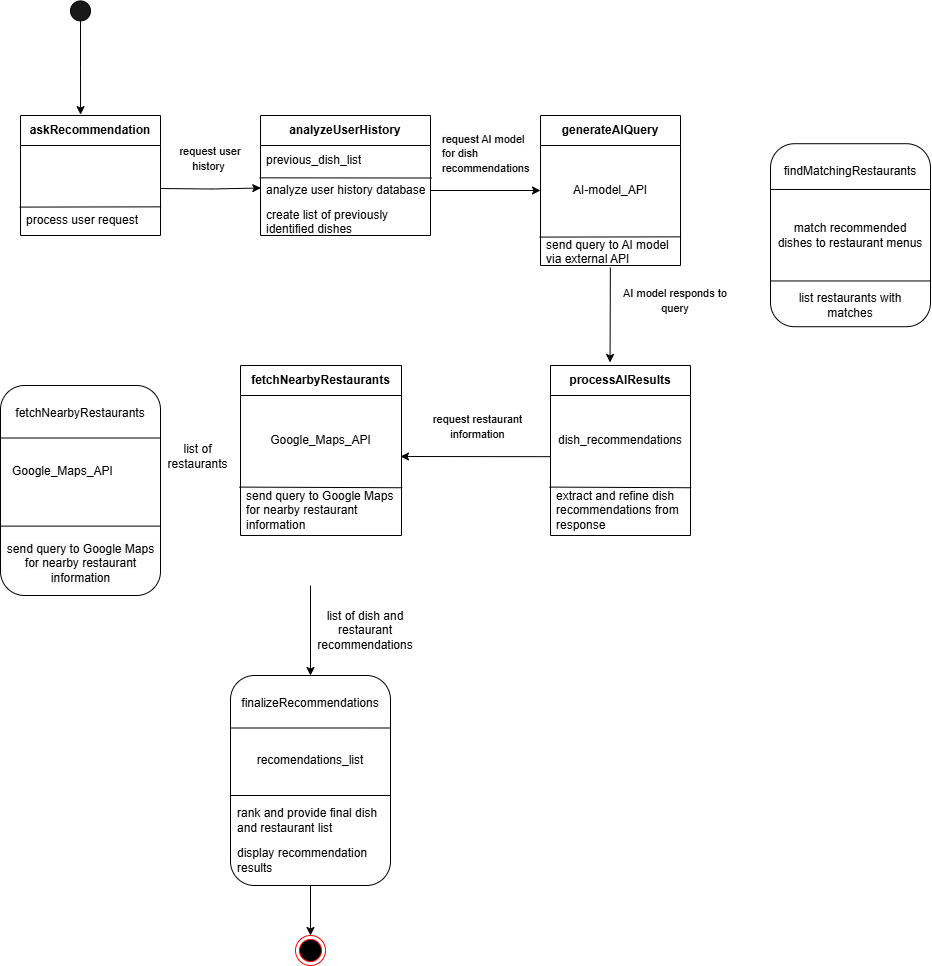
Above: image/D3_state_diagrams/recommendation_system.png in tasnint/3A04-Project (draw.io), before the change. Source tidied: cells renumbered, new cells last; positions are measured from the earlier drawing's top-left corner, leaving out a move shared by most shapes.
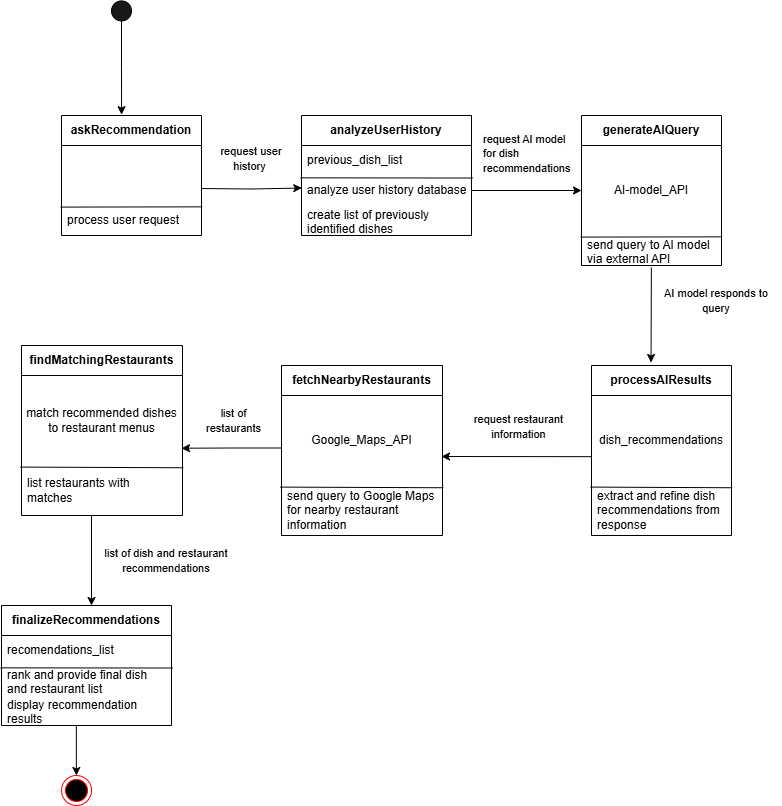
Later version of the same file.

Commit message:
latest version of acc mgmt and recc system chart

What changed in the source:
```diff
@@ -16,89 +16,33 @@
     <mxCell id="5" style="edgeStyle=orthogonalEdgeStyle;rounded=0;jettySize=auto;html=1;exitX=0.5;exitY=1;exitDx=0;exitDy=0;entryX=0.429;entryY=-0.007;entryDx=0;entryDy=0;entryPerimeter=0;" parent="1" edge="1" source="2" target="33">
       <mxGeometry relative="1" as="geometry" />
     </mxCell>
-    <mxCell id="6" style="rounded=1;whiteSpace=wrap;html=1;" parent="1" vertex="1">
-      <mxGeometry y="385" width="160" height="210" as="geometry" />
-    </mxCell>
-    <mxCell id="7" style="endArrow=none;html=1;rounded=0;entryX=1;entryY=0.25;entryDx=0;entryDy=0;exitX=0;exitY=0.25;exitDx=0;exitDy=0;" parent="1" edge="1" source="6" target="6">
-      <mxGeometry relative="1" as="geometry" />
-    </mxCell>
-    <mxCell id="8" value="fetchNearbyRestaurants" style="text;html=1;align=center;verticalAlign=middle;whiteSpace=wrap;rounded=0;" parent="1" vertex="1">
-      <mxGeometry x="50" y="398" width="60" height="30" as="geometry" />
-    </mxCell>
-    <mxCell id="9" style="endArrow=none;html=1;rounded=0;exitX=0;exitY=0.75;exitDx=0;exitDy=0;entryX=1;entryY=0.75;entryDx=0;entryDy=0;" parent="1" edge="1">
-      <mxGeometry relative="1" as="geometry">
-        <mxPoint y="525.6" as="sourcePoint" />
-        <mxPoint x="160" y="525.6" as="targetPoint" />
-      </mxGeometry>
-    </mxCell>
-    <mxCell id="10" value="Google_Maps_API" style="text;whiteSpace=wrap;html=1;" parent="1" vertex="1">
-      <mxGeometry x="10" y="456.5" width="155" height="40" as="geometry" />
-    </mxCell>
-    <mxCell id="11" style="rounded=1;whiteSpace=wrap;html=1;" parent="1" vertex="1">
-      <mxGeometry x="770" y="143.2" width="160" height="183" as="geometry" />
-    </mxCell>
-    <mxCell id="12" style="endArrow=none;html=1;rounded=0;entryX=1;entryY=0.25;entryDx=0;entryDy=0;exitX=0;exitY=0.25;exitDx=0;exitDy=0;" parent="1" edge="1" source="11" target="11">
-      <mxGeometry relative="1" as="geometry" />
-    </mxCell>
-    <mxCell id="13" value="findMatchingRestaurants" style="text;html=1;align=center;verticalAlign=middle;whiteSpace=wrap;rounded=0;" parent="1" vertex="1">
-      <mxGeometry x="820" y="156.2" width="60" height="30" as="geometry" />
-    </mxCell>
-    <mxCell id="14" style="endArrow=none;html=1;rounded=0;exitX=0;exitY=0.75;exitDx=0;exitDy=0;entryX=1;entryY=0.75;entryDx=0;entryDy=0;" parent="1" edge="1" source="11" target="11">
-      <mxGeometry relative="1" as="geometry" />
-    </mxCell>
-    <mxCell id="15" value="match recommended dishes to restaurant menus" style="text;html=1;align=center;verticalAlign=middle;whiteSpace=wrap;rounded=0;" parent="1" vertex="1">
-      <mxGeometry x="775" y="219.7" width="150" height="30" as="geometry" />
-    </mxCell>
     <mxCell id="16" style="endArrow=classic;html=1;rounded=0;exitX=0.009;exitY=0.41;exitDx=0;exitDy=0;exitPerimeter=0;" parent="1" edge="1">
       <mxGeometry relative="1" as="geometry">
         <mxPoint x="550" y="456.2" as="sourcePoint" />
         <mxPoint x="400" y="456" as="targetPoint" />
       </mxGeometry>
     </mxCell>
-    <mxCell id="17" value="list of restaurants" style="text;html=1;align=center;verticalAlign=middle;whiteSpace=wrap;rounded=0;" parent="1" vertex="1">
-      <mxGeometry x="160" y="441" width="75" height="30" as="geometry" />
+    <mxCell id="17" value="&lt;font style=&quot;font-size: 11px;&quot;&gt;list of restaurants&lt;/font&gt;" style="text;html=1;align=center;verticalAlign=middle;whiteSpace=wrap;rounded=0;" parent="1" vertex="1">
+      <mxGeometry x="155" y="405" width="75" height="30" as="geometry" />
     </mxCell>
-    <mxCell id="18" value="list restaurants with matches" style="text;html=1;align=center;verticalAlign=middle;whiteSpace=wrap;rounded=0;" parent="1" vertex="1">
-      <mxGeometry x="790" y="290.2" width="120" height="30" as="geometry" />
-    </mxCell>
     <mxCell id="19" style="endArrow=classic;html=1;rounded=0;" parent="1" edge="1">
       <mxGeometry relative="1" as="geometry">
-        <mxPoint x="310" y="585" as="sourcePoint" />
-        <mxPoint x="310" y="675" as="targetPoint" />
+        <mxPoint x="50" y="515" as="sourcePoint" />
+        <mxPoint x="50" y="605" as="targetPoint" />
       </mxGeometry>
     </mxCell>
-    <mxCell id="20" style="rounded=1;whiteSpace=wrap;html=1;" parent="1" vertex="1">
-      <mxGeometry x="230" y="675" width="160" height="210" as="geometry" />
-    </mxCell>
-    <mxCell id="21" style="endArrow=none;html=1;rounded=0;entryX=1;entryY=0.25;entryDx=0;entryDy=0;exitX=0;exitY=0.25;exitDx=0;exitDy=0;" parent="1" edge="1" source="20" target="20">
-      <mxGeometry relative="1" as="geometry" />
-    </mxCell>
-    <mxCell id="22" value="finalizeRecommendations" style="text;html=1;align=center;verticalAlign=middle;whiteSpace=wrap;rounded=0;" parent="1" vertex="1">
-      <mxGeometry x="280" y="688" width="60" height="30" as="geometry" />
-    </mxCell>
-    <mxCell id="23" style="endArrow=none;html=1;rounded=0;exitX=0;exitY=0.75;exitDx=0;exitDy=0;entryX=1;entryY=0.75;entryDx=0;entryDy=0;" parent="1" edge="1">
-      <mxGeometry relative="1" as="geometry">
-        <mxPoint x="230" y="795" as="sourcePoint" />
-        <mxPoint x="390" y="795" as="targetPoint" />
-      </mxGeometry>
-    </mxCell>
-    <mxCell id="24" value="display recommendation results" style="text;html=1;align=left;verticalAlign=middle;whiteSpace=wrap;rounded=0;" parent="1" vertex="1">
-      <mxGeometry x="235" y="845" width="170" height="30" as="geometry" />
-    </mxCell>
-    <mxCell id="25" value="list of dish and restaurant recommendations" style="text;html=1;align=center;verticalAlign=middle;whiteSpace=wrap;rounded=0;" parent="1" vertex="1">
-      <mxGeometry x="300" y="615" width="130" height="30" as="geometry" />
+    <mxCell id="25" value="&lt;font style=&quot;font-size: 11px;&quot;&gt;list of dish and restaurant recommendations&lt;/font&gt;" style="text;html=1;align=center;verticalAlign=middle;whiteSpace=wrap;rounded=0;" parent="1" vertex="1">
+      <mxGeometry x="60" y="545" width="130" height="30" as="geometry" />
     </mxCell>
-    <mxCell id="26" style="endArrow=classic;html=1;rounded=0;exitX=0.5;exitY=1;exitDx=0;exitDy=0;" parent="1" edge="1" source="20">
+    <mxCell id="26" style="endArrow=classic;html=1;rounded=0;exitX=0.5;exitY=1;exitDx=0;exitDy=0;" parent="1" edge="1">
       <mxGeometry relative="1" as="geometry">
-        <mxPoint x="310" y="935" as="targetPoint" />
+        <mxPoint x="34.9" y="725" as="sourcePoint" />
+        <mxPoint x="34.9" y="775" as="targetPoint" />
       </mxGeometry>
     </mxCell>
     <mxCell id="27" style="ellipse;html=1;shape=endState;fillColor=#000000;strokeColor=#ff0000;" parent="1" vertex="1">
-      <mxGeometry x="295" y="935" width="30" height="30" as="geometry" />
+      <mxGeometry x="20" y="775" width="30" height="30" as="geometry" />
     </mxCell>
-    <mxCell id="28" value="&lt;span style=&quot;color: rgb(0, 0, 0); font-family: Helvetica; font-size: 12px; font-style: normal; font-variant-ligatures: normal; font-variant-caps: normal; font-weight: 400; letter-spacing: normal; orphans: 2; text-indent: 0px; text-transform: none; widows: 2; word-spacing: 0px; -webkit-text-stroke-width: 0px; white-space: normal; background-color: rgb(251, 251, 251); text-decoration-thickness: initial; text-decoration-style: initial; text-decoration-color: initial; float: none; display: inline !important;&quot;&gt;send query to Google Maps for nearby restaurant information&lt;/span&gt;" style="text;whiteSpace=wrap;html=1;align=center;" parent="1" vertex="1">
-      <mxGeometry x="2.5" y="535" width="155" height="40" as="geometry" />
-    </mxCell>
     <mxCell id="29" style="edgeStyle=orthogonalEdgeStyle;rounded=0;orthogonalLoop=1;jettySize=auto;html=1;exitX=1;exitY=0.944;exitDx=0;exitDy=0;entryX=0.002;entryY=0.557;entryDx=0;entryDy=0;entryPerimeter=0;exitPerimeter=0;" parent="1" edge="1">
       <mxGeometry relative="1" as="geometry">
         <mxPoint x="160" y="188" as="sourcePoint" />
@@ -108,12 +52,6 @@
     <mxCell id="30" value="&lt;span style=&quot;font-size: 11px;&quot;&gt;request user history&amp;nbsp;&lt;/span&gt;" style="text;html=1;align=center;verticalAlign=middle;whiteSpace=wrap;rounded=0;" parent="1" vertex="1">
       <mxGeometry x="175" y="143.2" width="70" height="30" as="geometry" />
     </mxCell>
-    <mxCell id="31" value="rank and provide final dish and restaurant list" style="text;html=1;align=left;verticalAlign=middle;whiteSpace=wrap;rounded=0;" parent="1" vertex="1">
-      <mxGeometry x="235" y="805" width="150" height="30" as="geometry" />
-    </mxCell>
-    <mxCell id="32" value="recomendations_list" style="text;html=1;align=center;verticalAlign=middle;whiteSpace=wrap;rounded=0;" parent="1" vertex="1">
-      <mxGeometry x="265" y="745" width="90" height="30" as="geometry" />
-    </mxCell>
     <mxCell id="33" value="&lt;b&gt;askRecommendation&lt;/b&gt;" style="swimlane;fontStyle=0;horizontal=1;startSize=30;whiteSpace=wrap;html=1;" parent="1" vertex="1">
       <mxGeometry x="20" y="115" width="140" height="120" as="geometry" />
     </mxCell>
@@ -195,6 +133,11 @@
     <mxCell id="59" value="&amp;nbsp;" style="text;strokeColor=none;fillColor=none;align=left;verticalAlign=middle;spacingLeft=4;spacingRight=4;overflow=hidden;whiteSpace=wrap;html=1;" parent="58" vertex="1">
       <mxGeometry y="30" width="161" height="30" as="geometry" />
     </mxCell>
+    <mxCell id="64" style="edgeStyle=orthogonalEdgeStyle;rounded=0;jettySize=auto;html=1;exitX=0;exitY=0.75;exitDx=0;exitDy=0;" parent="58" edge="1" source="60">
+      <mxGeometry relative="1" as="geometry">
+        <mxPoint x="-100" y="82.7" as="targetPoint" />
+      </mxGeometry>
+    </mxCell>
     <mxCell id="60" value="&lt;span style=&quot;text-align: left;&quot;&gt;Google_Maps_API&lt;/span&gt;" style="text;html=1;align=center;verticalAlign=middle;whiteSpace=wrap;rounded=0;" parent="58" vertex="1">
       <mxGeometry y="60" width="161" height="30" as="geometry" />
     </mxCell>
@@ -207,5 +150,38 @@
     <mxCell id="63" style="endArrow=none;html=1;rounded=0;exitX=-0.007;exitY=1.053;exitDx=0;exitDy=0;exitPerimeter=0;entryX=1.005;entryY=0.045;entryDx=0;entryDy=0;entryPerimeter=0;" parent="58" edge="1" source="61" target="62">
       <mxGeometry relative="1" as="geometry" />
     </mxCell>
+    <mxCell id="13" value="&lt;b&gt;findMatchingRestaurants&lt;/b&gt;" style="swimlane;fontStyle=0;horizontal=1;startSize=30;whiteSpace=wrap;html=1;" parent="1" vertex="1">
+      <mxGeometry x="-20" y="345" width="161" height="170" as="geometry" />
+    </mxCell>
+    <mxCell id="65" value="&amp;nbsp;" style="text;strokeColor=none;fillColor=none;align=left;verticalAlign=middle;spacingLeft=4;spacingRight=4;overflow=hidden;whiteSpace=wrap;html=1;" parent="13" vertex="1">
+      <mxGeometry y="30" width="161" height="30" as="geometry" />
+    </mxCell>
+    <mxCell id="15" value="match recommended dishes to restaurant menus" style="text;html=1;align=center;verticalAlign=middle;whiteSpace=wrap;rounded=0;" parent="13" vertex="1">
+      <mxGeometry y="60" width="161" height="30" as="geometry" />
+    </mxCell>
+    <mxCell id="66" value="&amp;nbsp;" style="text;strokeColor=none;fillColor=none;align=left;verticalAlign=middle;spacingLeft=4;spacingRight=4;overflow=hidden;points=[[0,0.5],[1,0.5]];portConstraint=eastwest;whiteSpace=wrap;html=1;" parent="13" vertex="1">
+      <mxGeometry y="90" width="161" height="30" as="geometry" />
+    </mxCell>
+    <mxCell id="18" value="&lt;span style=&quot;text-align: center;&quot;&gt;list restaurants with matches&lt;/span&gt;" style="text;strokeColor=none;fillColor=none;align=left;verticalAlign=middle;spacingLeft=4;spacingRight=4;overflow=hidden;points=[[0,0.5],[1,0.5]];portConstraint=eastwest;whiteSpace=wrap;html=1;" parent="13" vertex="1">
+      <mxGeometry y="120" width="161" height="50" as="geometry" />
+    </mxCell>
+    <mxCell id="67" style="endArrow=none;html=1;rounded=0;exitX=-0.007;exitY=1.053;exitDx=0;exitDy=0;exitPerimeter=0;entryX=1.005;entryY=0.045;entryDx=0;entryDy=0;entryPerimeter=0;" parent="13" edge="1" source="66" target="18">
+      <mxGeometry relative="1" as="geometry" />
+    </mxCell>
+    <mxCell id="22" value="&lt;b&gt;finalizeRecommendations&lt;/b&gt;" style="swimlane;fontStyle=0;horizontal=1;startSize=30;whiteSpace=wrap;html=1;" parent="1" vertex="1">
+      <mxGeometry x="-40" y="605" width="170" height="120" as="geometry" />
+    </mxCell>
+    <mxCell id="32" value="&lt;span style=&quot;text-align: center;&quot;&gt;recomendations_list&lt;/span&gt;" style="text;strokeColor=none;fillColor=none;align=left;verticalAlign=middle;spacingLeft=4;spacingRight=4;overflow=hidden;points=[[0,0.5],[1,0.5]];portConstraint=eastwest;whiteSpace=wrap;html=1;" parent="22" vertex="1">
+      <mxGeometry y="30" width="170" height="30" as="geometry" />
+    </mxCell>
+    <mxCell id="31" value="rank and provide final dish and restaurant list" style="text;strokeColor=none;fillColor=none;align=left;verticalAlign=middle;spacingLeft=4;spacingRight=4;overflow=hidden;points=[[0,0.5],[1,0.5]];portConstraint=eastwest;whiteSpace=wrap;html=1;" parent="22" vertex="1">
+      <mxGeometry y="60" width="170" height="30" as="geometry" />
+    </mxCell>
+    <mxCell id="24" value="display recommendation results" style="text;strokeColor=none;fillColor=none;align=left;verticalAlign=middle;spacingLeft=4;spacingRight=4;overflow=hidden;whiteSpace=wrap;html=1;" parent="22" vertex="1">
+      <mxGeometry y="90" width="170" height="30" as="geometry" />
+    </mxCell>
+    <mxCell id="68" style="endArrow=none;html=1;rounded=0;entryX=1.008;entryY=1.084;entryDx=0;entryDy=0;entryPerimeter=0;exitX=-0.006;exitY=0.078;exitDx=0;exitDy=0;exitPerimeter=0;" parent="22" edge="1" source="31" target="32">
+      <mxGeometry relative="1" as="geometry" />
+    </mxCell>
   </root>
 </mxGraphModel>
```
